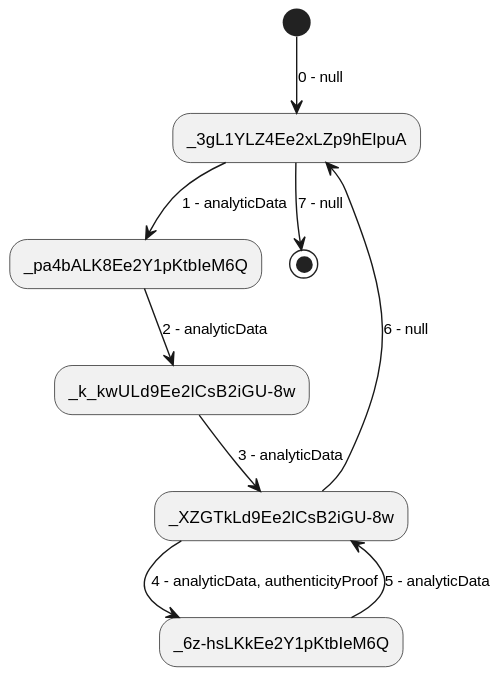
The PlantUML diagram output/action-sequence_3.svg in abunai-dev/DiagramGenerator, before a commit.
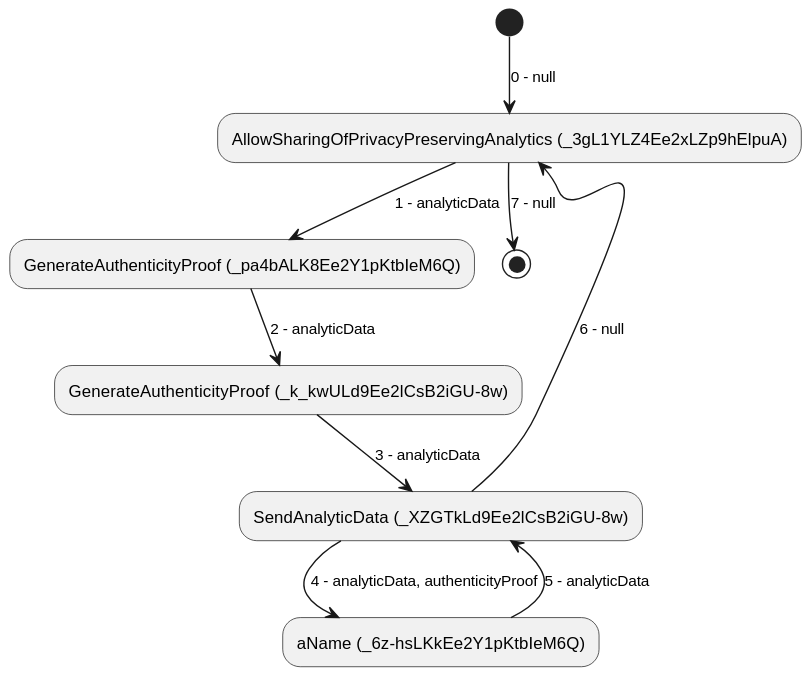
The same file after the commit.

The edit, as a diff of the source:
```diff
@@ -1,10 +1,10 @@
 @startuml
-(*) --> [0 - null] "_3gL1YLZ4Ee2xLZp9hElpuA"
-"_3gL1YLZ4Ee2xLZp9hElpuA" --> [1 - analyticData] "_pa4bALK8Ee2Y1pKtbIeM6Q"
-"_pa4bALK8Ee2Y1pKtbIeM6Q" --> [2 - analyticData] "_k_kwULd9Ee2lCsB2iGU-8w"
-"_k_kwULd9Ee2lCsB2iGU-8w" --> [3 - analyticData] "_XZGTkLd9Ee2lCsB2iGU-8w"
-"_XZGTkLd9Ee2lCsB2iGU-8w" --> [4 - analyticData, authenticityProof] "_6z-hsLKkEe2Y1pKtbIeM6Q"
-"_6z-hsLKkEe2Y1pKtbIeM6Q" --> [5 - analyticData] "_XZGTkLd9Ee2lCsB2iGU-8w"
-"_XZGTkLd9Ee2lCsB2iGU-8w" --> [6 - null] "_3gL1YLZ4Ee2xLZp9hElpuA"
-"_3gL1YLZ4Ee2xLZp9hElpuA" --> [7 - null] (*)
+(*) --> [0 - null] "AllowSharingOfPrivacyPreservingAnalytics (_3gL1YLZ4Ee2xLZp9hElpuA)"
+"AllowSharingOfPrivacyPreservingAnalytics (_3gL1YLZ4Ee2xLZp9hElpuA)" --> [1 - analyticData] "GenerateAuthenticityProof (_pa4bALK8Ee2Y1pKtbIeM6Q)"
+"GenerateAuthenticityProof (_pa4bALK8Ee2Y1pKtbIeM6Q)" --> [2 - analyticData] "GenerateAuthenticityProof (_k_kwULd9Ee2lCsB2iGU-8w)"
+"GenerateAuthenticityProof (_k_kwULd9Ee2lCsB2iGU-8w)" --> [3 - analyticData] "SendAnalyticData (_XZGTkLd9Ee2lCsB2iGU-8w)"
+"SendAnalyticData (_XZGTkLd9Ee2lCsB2iGU-8w)" --> [4 - analyticData, authenticityProof] "aName (_6z-hsLKkEe2Y1pKtbIeM6Q)"
+"aName (_6z-hsLKkEe2Y1pKtbIeM6Q)" --> [5 - analyticData] "SendAnalyticData (_XZGTkLd9Ee2lCsB2iGU-8w)"
+"SendAnalyticData (_XZGTkLd9Ee2lCsB2iGU-8w)" --> [6 - null] "AllowSharingOfPrivacyPreservingAnalytics (_3gL1YLZ4Ee2xLZp9hElpuA)"
+"AllowSharingOfPrivacyPreservingAnalytics (_3gL1YLZ4Ee2xLZp9hElpuA)" --> [7 - null] (*)
 @enduml
```
